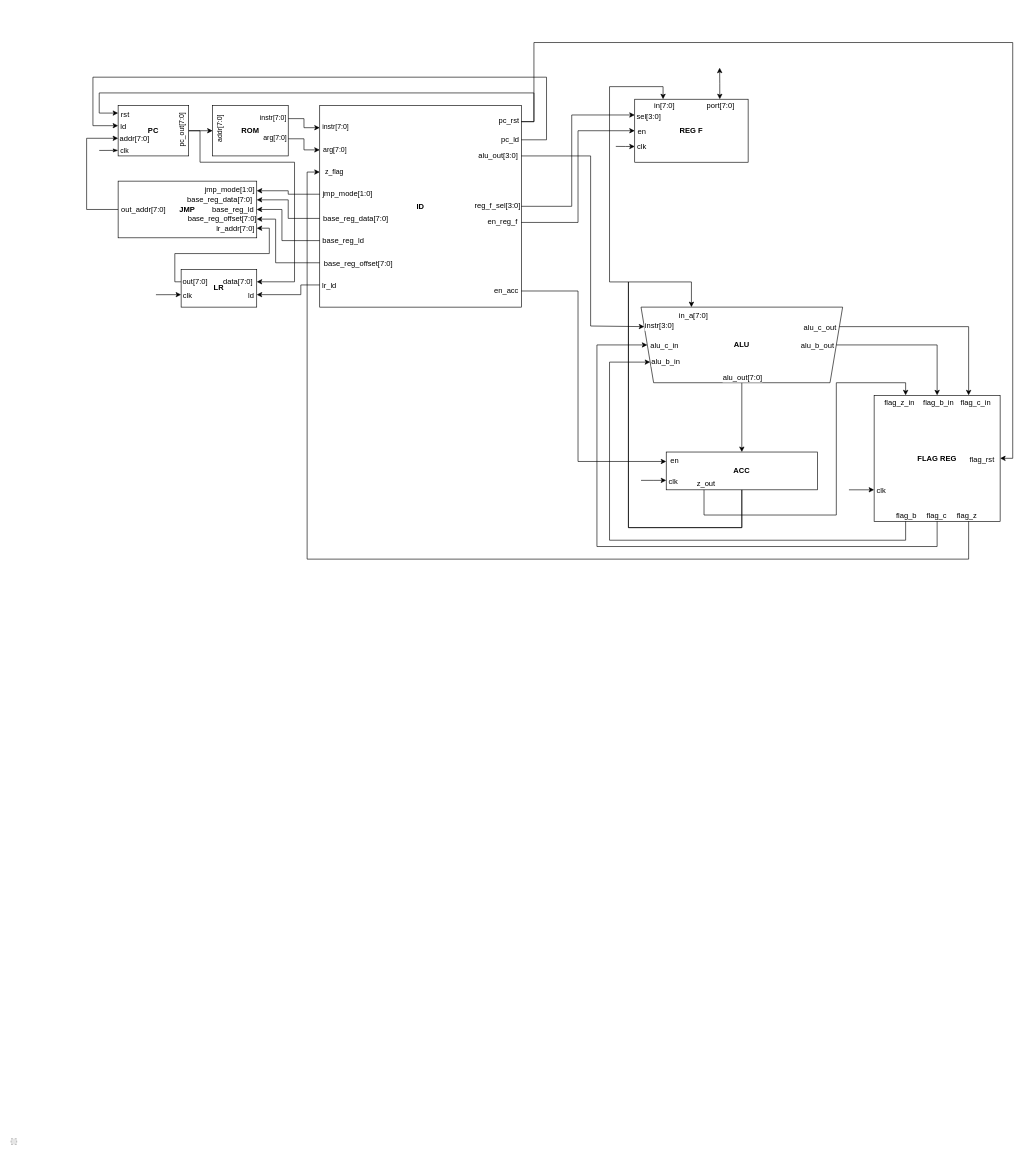
Before: Docs/cpu.drawio in orszoooo/OneCycleCPU, a draw.io diagram. Source tidied: cells renumbered, new cells numbered last; positions are measured from the earlier drawing's top-left corner, leaving out a move shared by most shapes. Both pictures are drawn from the tidied source at 63%, with x=0, y=0 at pixel (11, 42). Pictures stored in the file or linked from it are replaced by grey dashed boxes.
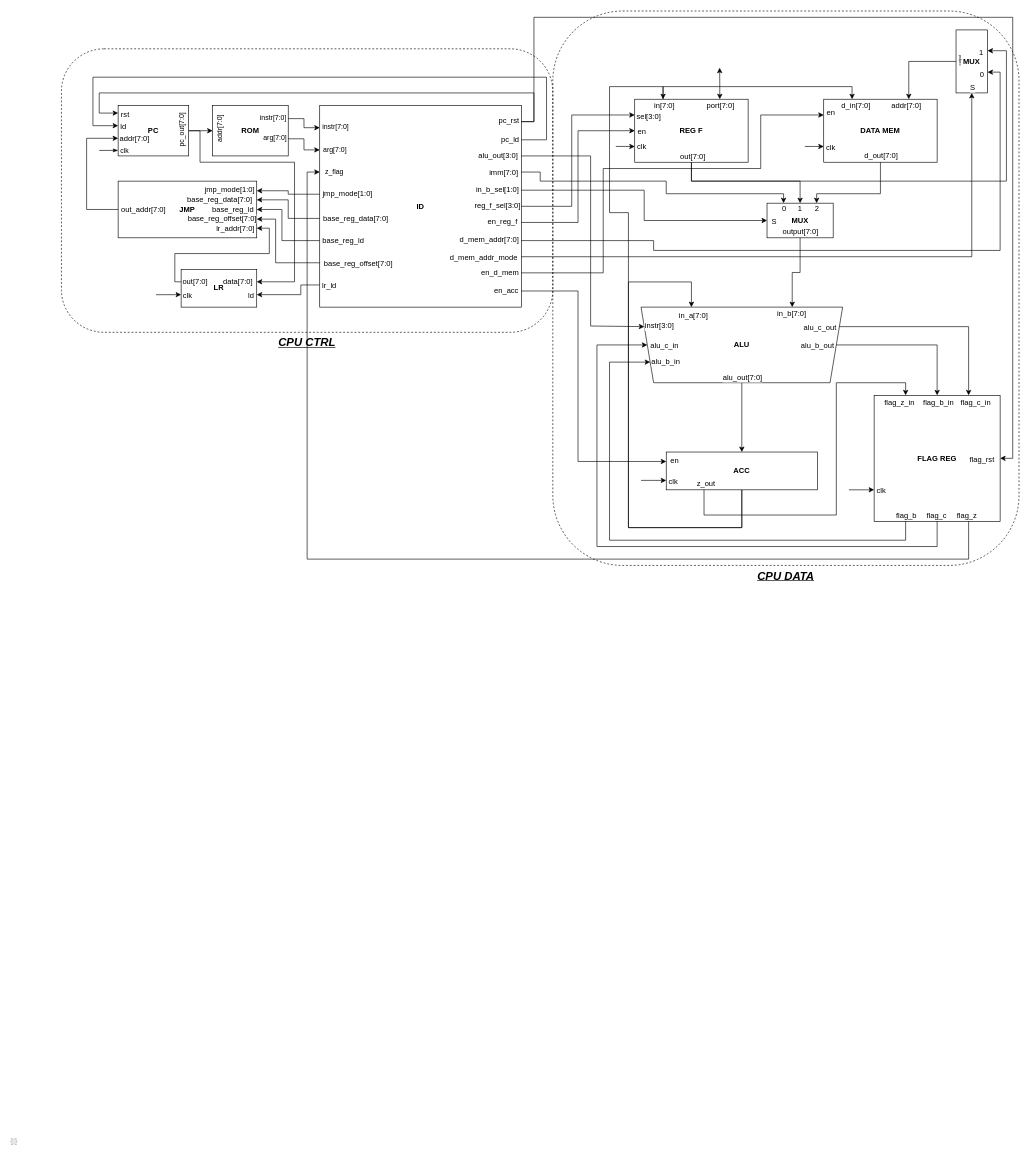
The same page after the edit.

Commit message (it also covers changes not shown here):
Data mem improvements and schematic update.

The change refers to these unchanged cells:
```xml
<mxCell id="2" value="&lt;p&gt;&lt;span&gt;ID&lt;/span&gt;&lt;/p&gt;" style="rounded=0;whiteSpace=wrap;html=1;points=[[0,0.11,0,0,0],[0,0.22,0,0,0],[0,0.33,0,0,0],[0,0.44,0,0,0],[0,0.56,0,0,0],[0,0.67,0,0,0],[0,0.78,0,0,0],[0,0.89,0,0,0],[1,0.08,0,0,0],[1,0.17,0,0,0],[1,0.25,0,0,0],[1,0.33,0,0,0],[1,0.42,0,0,0],[1,0.5,0,0,0],[1,0.58,0,0,0],[1,0.67,0,0,0],[1,0.75,0,0,0],[1,0.83,0,0,0],[1,0.92,0,0,0]];fontStyle=1;" parent="1" vertex="1">
  <mxGeometry x="490" y="100" width="320" height="320" as="geometry" />
</mxCell>
<mxCell id="3" value="REG F" style="rounded=0;whiteSpace=wrap;html=1;hachureGap=4;fontFamily=Helvetica;fontSize=12;fontStyle=1;points=[[0,0.25,0,0,0],[0,0.5,0,0,0],[0,0.75,0,0,0],[0.25,0,0,0,0],[0.5,1,0,0,0],[0.75,0,0,0,0]];" parent="1" vertex="1">
  <mxGeometry x="990" y="90" width="180" height="100" as="geometry" />
</mxCell>
<mxCell id="6" value="FLAG REG" style="rounded=0;whiteSpace=wrap;html=1;hachureGap=4;fontFamily=Helvetica;fontSize=12;fontStyle=1;points=[[0,0.75,0,0,0],[0.25,0,0,0,0],[0.25,1,0,0,0],[0.5,0,0,0,0],[0.5,1,0,0,0],[0.75,0,0,0,0],[0.75,1,0,0,0],[1,0.5,0,0,0]];" parent="1" vertex="1">
  <mxGeometry x="1370" y="560" width="200" height="200" as="geometry" />
</mxCell>
<mxCell id="7" value="ALU" style="shape=trapezoid;perimeter=trapezoidPerimeter;whiteSpace=wrap;html=1;fixedSize=1;rounded=0;strokeColor=default;fontFamily=Helvetica;fontSize=12;fontColor=default;fillColor=default;flipV=1;fontStyle=1;" parent="1" vertex="1">
  <mxGeometry x="1000" y="420" width="320" height="120" as="geometry" />
</mxCell>
<mxCell id="27" value="ACC" style="rounded=0;whiteSpace=wrap;html=1;strokeColor=default;fontFamily=Helvetica;fontSize=12;fontColor=default;fillColor=default;fontStyle=1;points=[[0,0.25,0,0,0],[0,0.75,0,0,0],[0.25,1,0,0,0],[0.5,0,0,0,0],[0.5,1,0,0,0]];" parent="1" vertex="1">
  <mxGeometry x="1040" y="650" width="240" height="60" as="geometry" />
</mxCell>
```

Change to the diagram source:
```diff
@@
+    <mxCell id="100" value="&lt;b&gt;&lt;i&gt;&lt;u&gt;&lt;font style=&quot;font-size: 18px;&quot;&gt;CPU DATA&lt;/font&gt;&lt;/u&gt;&lt;/i&gt;&lt;/b&gt;" style="rounded=1;whiteSpace=wrap;html=1;sketch=0;hachureGap=4;jiggle=2;curveFitting=1;fontFamily=Helvetica;fontSize=12;fillColor=none;dashed=1;strokeWidth=1;glass=0;labelPosition=center;verticalLabelPosition=bottom;align=center;verticalAlign=top;" parent="1" vertex="1">
+      <mxGeometry x="860" y="-50" width="740" height="880" as="geometry" />
+    </mxCell>
+    <mxCell id="101" value="DATA&amp;nbsp;MEM" style="rounded=0;whiteSpace=wrap;html=1;hachureGap=4;fontFamily=Helvetica;fontSize=12;fontStyle=1;points=[[0,0.25,0,0,0],[0,0.5,0,0,0],[0,0.75,0,0,0],[0.25,0,0,0,0],[0.5,1,0,0,0],[0.75,0,0,0,0]];" parent="1" vertex="1">
+      <mxGeometry x="1290" y="90" width="180" height="100" as="geometry" />
+    </mxCell>
+    <mxCell id="102" value="MUX" style="rounded=0;whiteSpace=wrap;html=1;sketch=0;hachureGap=4;jiggle=2;curveFitting=1;fontFamily=Helvetica;fontSize=12;points=[[0,0.5,0,0,0],[0.25,0,0,0,0],[0.5,0,0,0,0],[0.5,1,0,0,0],[0.75,0,0,0,0]];flipH=1;fontStyle=1;flipV=1;direction=west;" parent="1" vertex="1">
+      <mxGeometry x="1200" y="255" width="105" height="55" as="geometry" />
+    </mxCell>
@@
+    <mxCell id="103" style="edgeStyle=orthogonalEdgeStyle;rounded=0;sketch=0;hachureGap=4;jiggle=2;curveFitting=1;html=1;exitX=1;exitY=0.42;exitDx=0;exitDy=0;exitPerimeter=0;entryX=0;entryY=0.5;entryDx=0;entryDy=0;entryPerimeter=0;fontFamily=Helvetica;fontSize=12;startArrow=none;startFill=0;endArrow=classic;endFill=1;" parent="1" edge="1" source="2" target="102">
+      <mxGeometry relative="1" as="geometry" />
+    </mxCell>
+    <mxCell id="104" value="in_b_sel[1:0]" style="edgeLabel;html=1;align=center;verticalAlign=middle;fontSize=12;fontFamily=Helvetica;" parent="103" vertex="1">
+      <mxGeometry x="-0.92" y="1" relative="1" as="geometry">
+        <mxPoint x="-57" as="offset" />
+      </mxGeometry>
+    </mxCell>
+    <mxCell id="105" value="S" style="edgeLabel;html=1;align=center;verticalAlign=middle;fontSize=12;fontFamily=Helvetica;" parent="103" vertex="1">
+      <mxGeometry x="0.72" y="-1" relative="1" as="geometry">
+        <mxPoint x="72" as="offset" />
+      </mxGeometry>
+    </mxCell>
+    <mxCell id="106" style="edgeStyle=orthogonalEdgeStyle;rounded=0;sketch=0;hachureGap=4;jiggle=2;curveFitting=1;html=1;exitX=1;exitY=0.33;exitDx=0;exitDy=0;exitPerimeter=0;entryX=0.25;entryY=0;entryDx=0;entryDy=0;entryPerimeter=0;fontFamily=Helvetica;fontSize=12;startArrow=none;startFill=0;endArrow=classic;endFill=1;" parent="1" edge="1" source="2" target="102">
+      <mxGeometry relative="1" as="geometry">
+        <Array as="points">
+          <mxPoint x="840" y="206" />
+          <mxPoint x="840" y="220" />
+          <mxPoint x="1040" y="220" />
+          <mxPoint x="1040" y="240" />
+          <mxPoint x="1226" y="240" />
+        </Array>
+      </mxGeometry>
+    </mxCell>
+    <mxCell id="107" value="imm[7:0]" style="edgeLabel;html=1;align=center;verticalAlign=middle;fontSize=12;fontFamily=Helvetica;" parent="106" vertex="1">
+      <mxGeometry x="-0.76" y="-1" relative="1" as="geometry">
+        <mxPoint x="-70" y="-16" as="offset" />
+      </mxGeometry>
+    </mxCell>
+    <mxCell id="108" value="0" style="edgeLabel;html=1;align=center;verticalAlign=middle;fontSize=12;fontFamily=Helvetica;" parent="106" vertex="1">
+      <mxGeometry x="0.78" y="-3" relative="1" as="geometry">
+        <mxPoint x="37" y="20" as="offset" />
+      </mxGeometry>
+    </mxCell>
+    <mxCell id="109" style="edgeStyle=orthogonalEdgeStyle;rounded=0;sketch=0;hachureGap=4;jiggle=2;curveFitting=1;html=1;exitX=0.5;exitY=1;exitDx=0;exitDy=0;exitPerimeter=0;entryX=0.5;entryY=0;entryDx=0;entryDy=0;entryPerimeter=0;fontFamily=Helvetica;fontSize=12;startArrow=none;startFill=0;endArrow=classic;endFill=1;" parent="1" edge="1" source="3" target="102">
+      <mxGeometry relative="1" as="geometry">
+        <Array as="points">
+          <mxPoint x="1080" y="220" />
+          <mxPoint x="1253" y="220" />
+        </Array>
+      </mxGeometry>
+    </mxCell>
+    <mxCell id="110" value="1" style="edgeLabel;html=1;align=center;verticalAlign=middle;fontSize=12;fontFamily=Helvetica;" parent="109" vertex="1">
+      <mxGeometry x="0.75" y="1" relative="1" as="geometry">
+        <mxPoint x="-2" y="38" as="offset" />
+      </mxGeometry>
+    </mxCell>
@@
+    <mxCell id="111" value="MUX" style="rounded=0;whiteSpace=wrap;html=1;sketch=0;hachureGap=4;jiggle=2;curveFitting=1;fontFamily=Helvetica;fontSize=12;points=[[0,0.33,0,0,0],[0,0.67,0,0,0],[0.5,1,0,0,0],[1,0.5,0,0,0]];flipH=1;fontStyle=1;" parent="1" vertex="1">
+      <mxGeometry x="1500" y="-20" width="50" height="100" as="geometry" />
+    </mxCell>
+    <mxCell id="112" style="edgeStyle=orthogonalEdgeStyle;rounded=0;sketch=0;hachureGap=4;jiggle=2;curveFitting=1;html=1;exitX=1;exitY=0.75;exitDx=0;exitDy=0;exitPerimeter=0;entryX=0.5;entryY=1;entryDx=0;entryDy=0;entryPerimeter=0;fontFamily=Helvetica;fontSize=12;startArrow=none;startFill=0;endArrow=classic;endFill=1;" parent="1" edge="1" source="2" target="111">
+      <mxGeometry relative="1" as="geometry" />
+    </mxCell>
+    <mxCell id="113" value="S" style="edgeLabel;html=1;align=center;verticalAlign=middle;fontSize=12;fontFamily=Helvetica;" parent="112" vertex="1">
+      <mxGeometry x="0.88" y="-2" relative="1" as="geometry">
+        <mxPoint x="-2" y="-67" as="offset" />
+      </mxGeometry>
+    </mxCell>
+    <mxCell id="114" value="&lt;span style=&quot;font-size: 12px;&quot;&gt;d_mem_addr_mode&lt;/span&gt;" style="edgeLabel;html=1;align=center;verticalAlign=middle;fontSize=6;fontFamily=Helvetica;" parent="112" vertex="1">
+      <mxGeometry x="-0.96" relative="1" as="geometry">
+        <mxPoint x="-81" as="offset" />
+      </mxGeometry>
+    </mxCell>
+    <mxCell id="115" style="edgeStyle=orthogonalEdgeStyle;rounded=0;sketch=0;hachureGap=4;jiggle=2;curveFitting=1;html=1;exitX=1;exitY=0.67;exitDx=0;exitDy=0;exitPerimeter=0;fontFamily=Helvetica;fontSize=12;startArrow=none;startFill=0;endArrow=classic;endFill=1;entryX=0;entryY=0.67;entryDx=0;entryDy=0;entryPerimeter=0;" parent="1" edge="1" source="2" target="111">
+      <mxGeometry relative="1" as="geometry">
+        <Array as="points">
+          <mxPoint x="1020" y="314" />
+          <mxPoint x="1020" y="330" />
+          <mxPoint x="1570" y="330" />
+          <mxPoint x="1570" y="47" />
+        </Array>
+      </mxGeometry>
+    </mxCell>
+    <mxCell id="116" value="0" style="edgeLabel;html=1;align=center;verticalAlign=middle;fontSize=12;fontFamily=Helvetica;" parent="115" vertex="1">
+      <mxGeometry x="0.92" relative="1" as="geometry">
+        <mxPoint x="-30" y="-20" as="offset" />
+      </mxGeometry>
+    </mxCell>
+    <mxCell id="117" value="d_mem_addr[7:0]" style="edgeLabel;html=1;align=center;verticalAlign=middle;fontSize=12;fontFamily=Helvetica;" parent="115" vertex="1">
+      <mxGeometry x="-0.94" y="2" relative="1" as="geometry">
+        <mxPoint x="-84" as="offset" />
+      </mxGeometry>
+    </mxCell>
+    <mxCell id="118" style="edgeStyle=orthogonalEdgeStyle;rounded=0;sketch=0;hachureGap=4;jiggle=2;curveFitting=1;html=1;exitX=0.5;exitY=1;exitDx=0;exitDy=0;exitPerimeter=0;entryX=0.75;entryY=0;entryDx=0;entryDy=0;entryPerimeter=0;fontFamily=Helvetica;fontSize=12;startArrow=none;startFill=0;endArrow=classic;endFill=1;" parent="1" edge="1" source="101" target="102">
+      <mxGeometry relative="1" as="geometry">
+        <Array as="points">
+          <mxPoint x="1380" y="240" />
+          <mxPoint x="1279" y="240" />
+        </Array>
+      </mxGeometry>
+    </mxCell>
+    <mxCell id="119" value="2" style="edgeLabel;html=1;align=center;verticalAlign=middle;fontSize=12;fontFamily=Helvetica;" parent="118" vertex="1">
+      <mxGeometry x="0.62" y="-1" relative="1" as="geometry">
+        <mxPoint x="-17" y="24" as="offset" />
+      </mxGeometry>
+    </mxCell>
+    <mxCell id="120" value="d_out[7:0]" style="edgeLabel;html=1;align=center;verticalAlign=middle;fontSize=12;fontFamily=Helvetica;" parent="118" vertex="1">
+      <mxGeometry x="-0.83" relative="1" as="geometry">
+        <mxPoint y="-25" as="offset" />
+      </mxGeometry>
+    </mxCell>
+    <mxCell id="121" style="edgeStyle=orthogonalEdgeStyle;rounded=0;sketch=0;hachureGap=4;jiggle=2;curveFitting=1;html=1;exitX=1;exitY=0.83;exitDx=0;exitDy=0;exitPerimeter=0;fontFamily=Helvetica;fontSize=12;startArrow=none;startFill=0;endArrow=classic;endFill=1;entryX=0;entryY=0.25;entryDx=0;entryDy=0;entryPerimeter=0;" parent="1" edge="1" source="2" target="101">
+      <mxGeometry relative="1" as="geometry">
+        <Array as="points">
+          <mxPoint x="940" y="366" />
+          <mxPoint x="940" y="200" />
+          <mxPoint x="1190" y="200" />
+          <mxPoint x="1190" y="115" />
+        </Array>
+      </mxGeometry>
+    </mxCell>
+    <mxCell id="122" value="en_d_mem" style="edgeLabel;html=1;align=center;verticalAlign=middle;fontSize=12;fontFamily=Helvetica;" parent="121" vertex="1">
+      <mxGeometry x="-0.88" y="-6" relative="1" as="geometry">
+        <mxPoint x="-79" y="-6" as="offset" />
+      </mxGeometry>
+    </mxCell>
+    <mxCell id="123" value="en" style="edgeLabel;html=1;align=center;verticalAlign=middle;fontSize=12;fontFamily=Helvetica;" parent="121" vertex="1">
+      <mxGeometry x="0.87" y="2" relative="1" as="geometry">
+        <mxPoint x="58" y="-3" as="offset" />
+      </mxGeometry>
+    </mxCell>
+    <mxCell id="124" style="edgeStyle=orthogonalEdgeStyle;rounded=0;sketch=0;hachureGap=4;jiggle=2;curveFitting=1;html=1;exitX=0.25;exitY=0;exitDx=0;exitDy=0;exitPerimeter=0;entryX=0.25;entryY=0;entryDx=0;entryDy=0;entryPerimeter=0;fontFamily=Helvetica;fontSize=12;startArrow=none;startFill=0;endArrow=classic;endFill=1;" parent="1" edge="1" source="3" target="101">
+      <mxGeometry relative="1" as="geometry">
+        <Array as="points">
+          <mxPoint x="1035" y="70" />
+          <mxPoint x="1335" y="70" />
+        </Array>
+      </mxGeometry>
+    </mxCell>
+    <mxCell id="125" value="d_in[7:0]" style="edgeLabel;html=1;align=center;verticalAlign=middle;fontSize=12;fontFamily=Helvetica;" parent="124" vertex="1">
+      <mxGeometry x="0.76" relative="1" as="geometry">
+        <mxPoint x="26" y="30" as="offset" />
+      </mxGeometry>
+    </mxCell>
+    <mxCell id="126" style="edgeStyle=orthogonalEdgeStyle;rounded=0;sketch=0;hachureGap=4;jiggle=2;curveFitting=1;html=1;exitX=0.5;exitY=1;exitDx=0;exitDy=0;exitPerimeter=0;entryX=0;entryY=0.33;entryDx=0;entryDy=0;entryPerimeter=0;fontFamily=Helvetica;fontSize=12;startArrow=none;startFill=0;endArrow=classic;endFill=1;" parent="1" edge="1" source="3" target="111">
+      <mxGeometry relative="1" as="geometry">
+        <Array as="points">
+          <mxPoint x="1080" y="220" />
+          <mxPoint x="1580" y="220" />
+          <mxPoint x="1580" y="13" />
+        </Array>
+      </mxGeometry>
+    </mxCell>
+    <mxCell id="127" value="1" style="edgeLabel;html=1;align=center;verticalAlign=middle;fontSize=12;fontFamily=Helvetica;" parent="126" vertex="1">
+      <mxGeometry x="0.94" y="2" relative="1" as="geometry">
+        <mxPoint x="-34" as="offset" />
+      </mxGeometry>
+    </mxCell>
+    <mxCell id="128" value="out[7:0]" style="edgeLabel;html=1;align=center;verticalAlign=middle;fontSize=12;fontFamily=Helvetica;" parent="126" vertex="1">
+      <mxGeometry x="-0.9" relative="1" as="geometry">
+        <mxPoint x="-7" y="-40" as="offset" />
+      </mxGeometry>
+    </mxCell>
@@
     <mxCell id="17" style="edgeStyle=orthogonalEdgeStyle;rounded=0;sketch=0;hachureGap=4;jiggle=2;curveFitting=1;html=1;exitX=1;exitY=0.5;exitDx=0;exitDy=0;exitPerimeter=0;fontFamily=Helvetica;fontSize=12;endArrow=none;endFill=0;startArrow=classic;startFill=1;entryX=1;entryY=0.08;entryDx=0;entryDy=0;entryPerimeter=0;" parent="1" edge="1" source="6" target="2">
       <mxGeometry relative="1" as="geometry">
         <Array as="points">
           <mxPoint x="1590" y="660" />
-          <mxPoint x="1590" />
-          <mxPoint x="830" />
+          <mxPoint x="1590" y="-40" />
+          <mxPoint x="830" y="-40" />
           <mxPoint x="830" y="126" />
         </Array>
       </mxGeometry>
     </mxCell>
@@
     <mxCell id="25" style="edgeStyle=orthogonalEdgeStyle;rounded=0;sketch=0;hachureGap=4;jiggle=2;curveFitting=1;html=1;exitX=0.5;exitY=1;exitDx=0;exitDy=0;exitPerimeter=0;fontFamily=Helvetica;fontSize=12;startArrow=none;startFill=0;endArrow=classic;endFill=1;entryX=0.25;entryY=0;entryDx=0;entryDy=0;entryPerimeter=0;" parent="1" edge="1" source="27" target="3">
       <mxGeometry relative="1" as="geometry">
         <Array as="points">
           <mxPoint x="1160" y="770" />
           <mxPoint x="980" y="770" />
-          <mxPoint x="980" y="380" />
-          <mxPoint x="950" y="380" />
+          <mxPoint x="980" y="270" />
+          <mxPoint x="950" y="270" />
           <mxPoint x="950" y="70" />
           <mxPoint x="1035" y="70" />
         </Array>
       </mxGeometry>
     </mxCell>
@@
+    <mxCell id="129" style="edgeStyle=orthogonalEdgeStyle;rounded=0;sketch=0;hachureGap=4;jiggle=2;curveFitting=1;html=1;exitX=0;exitY=0.75;exitDx=0;exitDy=0;exitPerimeter=0;fontFamily=Helvetica;fontSize=12;startArrow=classic;startFill=1;endArrow=none;endFill=0;" parent="1" edge="1" source="101">
+      <mxGeometry relative="1" as="geometry">
+        <mxPoint x="1260" y="165" as="targetPoint" />
+      </mxGeometry>
+    </mxCell>
+    <mxCell id="130" value="clk" style="edgeLabel;html=1;align=center;verticalAlign=middle;fontSize=12;fontFamily=Helvetica;" parent="129" vertex="1">
+      <mxGeometry x="-0.74" y="1" relative="1" as="geometry">
+        <mxPoint x="14" as="offset" />
+      </mxGeometry>
+    </mxCell>
+    <mxCell id="131" style="edgeStyle=orthogonalEdgeStyle;rounded=0;sketch=0;hachureGap=4;jiggle=2;curveFitting=1;html=1;exitX=1;exitY=0.5;exitDx=0;exitDy=0;exitPerimeter=0;entryX=0.75;entryY=0;entryDx=0;entryDy=0;entryPerimeter=0;fontFamily=Helvetica;fontSize=12;startArrow=none;startFill=0;endArrow=classic;endFill=1;" parent="1" edge="1" source="111" target="101">
+      <mxGeometry relative="1" as="geometry" />
+    </mxCell>
+    <mxCell id="132" value="addr[7:0]" style="edgeLabel;html=1;align=center;verticalAlign=middle;fontSize=12;fontFamily=Helvetica;" parent="131" vertex="1">
+      <mxGeometry x="-0.09" y="1" relative="1" as="geometry">
+        <mxPoint x="-19" y="69" as="offset" />
+      </mxGeometry>
+    </mxCell>
+    <mxCell id="133" value="&lt;font style=&quot;font-size: 6px;&quot;&gt;output&lt;/font&gt;" style="edgeLabel;html=1;align=center;verticalAlign=middle;fontSize=6;fontFamily=Helvetica;rotation=270;spacing=1;" parent="131" vertex="1">
+      <mxGeometry x="-0.67" relative="1" as="geometry">
+        <mxPoint x="27" as="offset" />
+      </mxGeometry>
+    </mxCell>
+    <mxCell id="134" style="edgeStyle=orthogonalEdgeStyle;rounded=0;sketch=0;hachureGap=4;jiggle=2;curveFitting=1;html=1;exitX=0.5;exitY=1;exitDx=0;exitDy=0;exitPerimeter=0;entryX=0.75;entryY=0;entryDx=0;entryDy=0;fontFamily=Helvetica;fontSize=12;startArrow=none;startFill=0;endArrow=classic;endFill=1;" parent="1" edge="1" source="102" target="7">
+      <mxGeometry relative="1" as="geometry">
+        <Array as="points">
+          <mxPoint x="1253" y="365" />
+          <mxPoint x="1240" y="365" />
+        </Array>
+      </mxGeometry>
+    </mxCell>
+    <mxCell id="135" value="output[7:0]" style="edgeLabel;html=1;align=center;verticalAlign=middle;fontSize=12;fontFamily=Helvetica;" parent="134" vertex="1">
+      <mxGeometry x="-0.9" y="1" relative="1" as="geometry">
+        <mxPoint x="-1" y="-16" as="offset" />
+      </mxGeometry>
+    </mxCell>
+    <mxCell id="136" value="in_b[7:0]" style="edgeLabel;html=1;align=center;verticalAlign=middle;fontSize=12;fontFamily=Helvetica;" parent="134" vertex="1">
+      <mxGeometry x="0.37" y="-2" relative="1" as="geometry">
+        <mxPoint y="48" as="offset" />
+      </mxGeometry>
+    </mxCell>
+    <mxCell id="137" value="&lt;b&gt;&lt;i&gt;&lt;u&gt;&lt;font style=&quot;font-size: 18px;&quot;&gt;CPU CTRL&lt;/font&gt;&lt;/u&gt;&lt;/i&gt;&lt;/b&gt;" style="rounded=1;whiteSpace=wrap;html=1;sketch=0;hachureGap=4;jiggle=2;curveFitting=1;fontFamily=Helvetica;fontSize=12;fillColor=none;dashed=1;strokeWidth=1;glass=0;labelPosition=center;verticalLabelPosition=bottom;align=center;verticalAlign=top;" parent="1" vertex="1">
+      <mxGeometry x="80" y="10" width="780" height="450" as="geometry" />
+    </mxCell>
```
